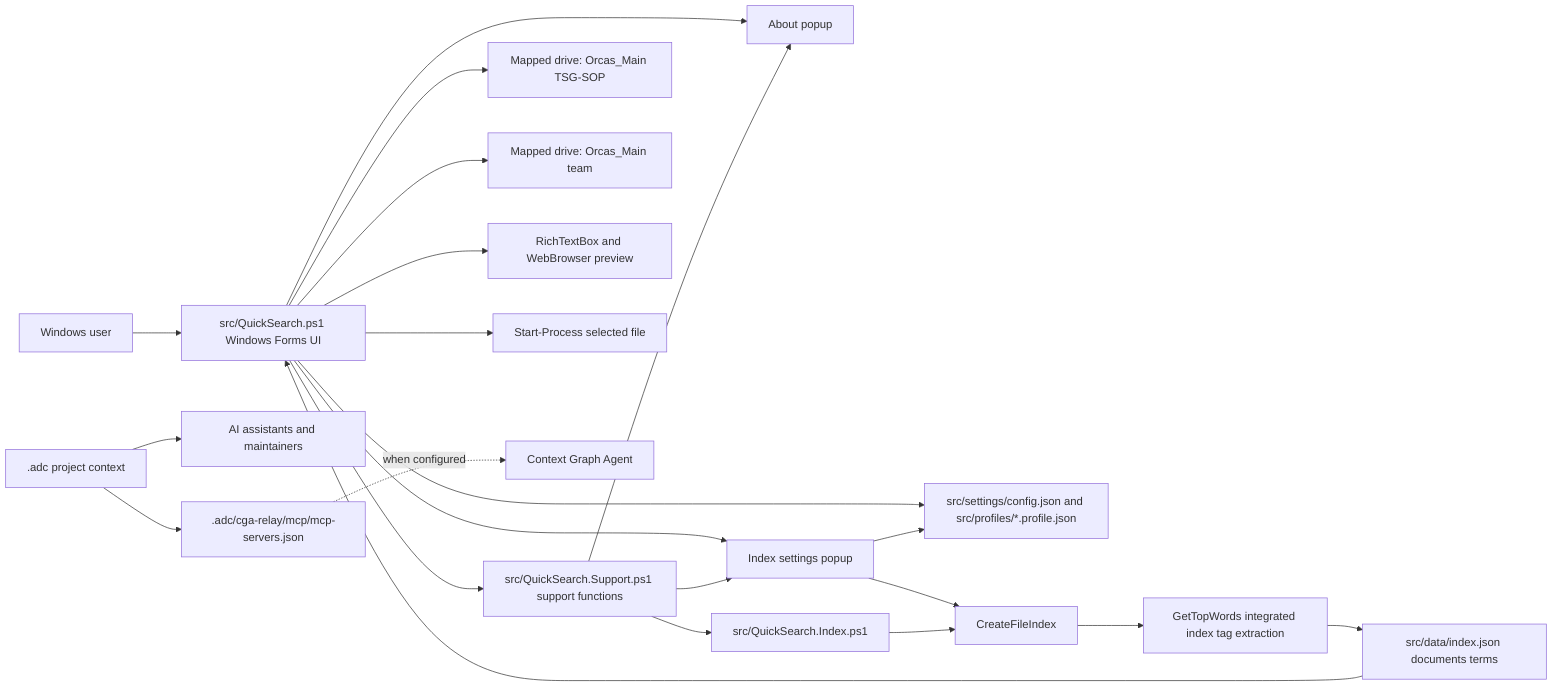
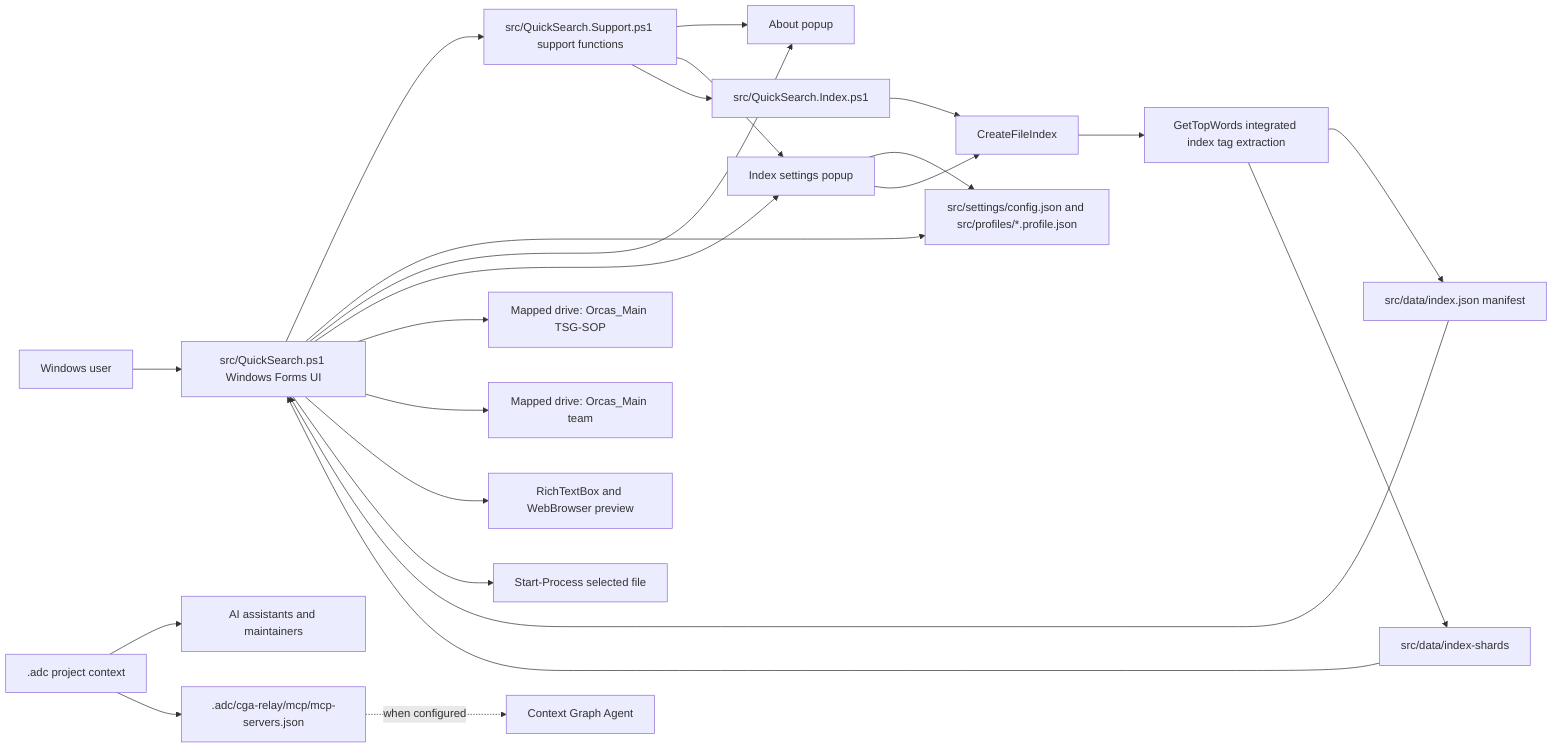
flowchart LR
  User[Windows user] --> SearchUI[src/QuickSearch.ps1 Windows Forms UI]
  SearchUI --> Support[src/QuickSearch.Support.ps1 support functions]
  SearchUI --> Config[src/settings/config.json and src/profiles/*.profile.json]
  SearchUI --> AboutPopup[About popup]
  Support --> AboutPopup
  SearchUI --> IndexSettingsUi[Index settings popup]
  Support --> IndexSettingsUi
  IndexSettingsUi --> Config
  SearchUI --> TsgDrive[Mapped drive: Orcas_Main TSG-SOP]
  SearchUI --> TeamDrive[Mapped drive: Orcas_Main team]
  SearchUI --> Preview[RichTextBox and WebBrowser preview]
  SearchUI --> ShellOpen[Start-Process selected file]
  IndexSettingsUi --> Indexer[CreateFileIndex]
  Support --> IndexModule[src/QuickSearch.Index.ps1]
  IndexModule --> Indexer
  Indexer --> TagExtractor[GetTopWords integrated index tag extraction]
-   TagExtractor --> GeneratedIndex[src/data/index.json documents terms]
+   TagExtractor --> GeneratedIndex[src/data/index.json manifest]
+   TagExtractor --> GeneratedShards[src/data/index-shards]
+   GeneratedShards --> SearchUI
  GeneratedIndex --> SearchUI
  ADC[.adc project context] --> Agents[AI assistants and maintainers]
  ADC --> CgaProfile[.adc/cga-relay/mcp/mcp-servers.json]
  CgaProfile -. when configured .-> CGA[Context Graph Agent]
